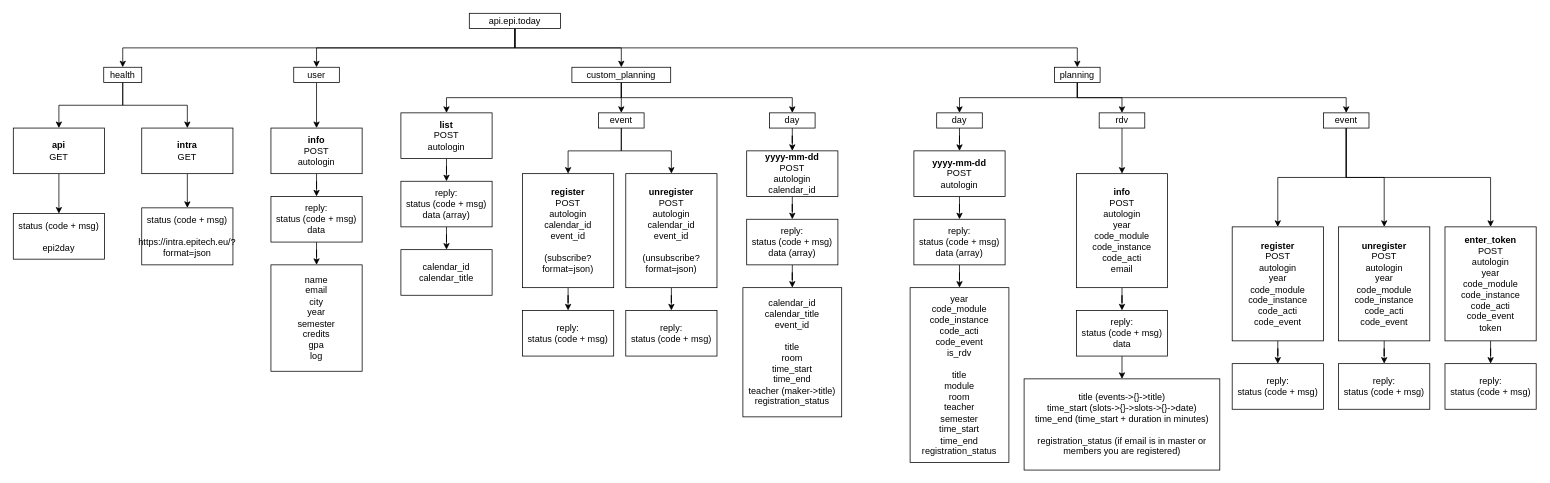
Before: api.epi.today.drawio in x4m3/api.epi.today, a draw.io diagram. Source tidied: cells renumbered, new cells numbered last; positions are measured from the earlier drawing's top-left corner, leaving out a move shared by most shapes. Both pictures are drawn from the tidied source at 76%, with x=0, y=0 at pixel (13, 13).
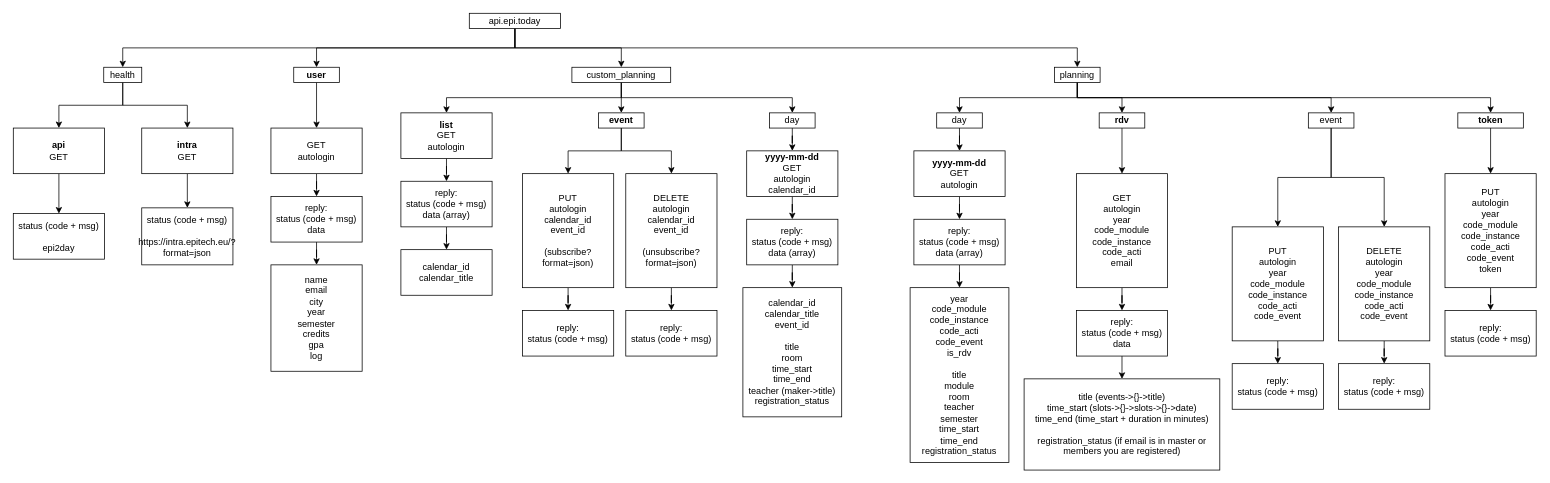
After the change.

The change refers to these unchanged cells:
```xml
<mxCell id="35" value="planning" style="rounded=0;whiteSpace=wrap;html=1;" parent="1" vertex="1">
  <mxGeometry x="1370" y="71" width="60" height="20" as="geometry" />
</mxCell>
```

Diff of the diagram source:
```diff
@@
-    <mxCell id="8" value="&lt;b&gt;info&lt;/b&gt;&lt;br&gt;POST&lt;br&gt;autologin" style="rounded=0;whiteSpace=wrap;html=1;" parent="1" vertex="1">
+    <mxCell id="8" value="GET&lt;br&gt;autologin" style="rounded=0;whiteSpace=wrap;html=1;" parent="1" vertex="1">
       <mxGeometry x="339" y="151" width="120" height="60" as="geometry" />
     </mxCell>
@@
-    <mxCell id="10" value="user" style="rounded=0;whiteSpace=wrap;html=1;" parent="1" vertex="1">
+    <mxCell id="10" value="&lt;b&gt;user&lt;/b&gt;" style="rounded=0;whiteSpace=wrap;html=1;" parent="1" vertex="1">
       <mxGeometry x="369" y="71" width="60" height="20" as="geometry" />
     </mxCell>
@@
-    <mxCell id="16" style="edgeStyle=orthogonalEdgeStyle;rounded=0;jettySize=auto;html=1;exitX=0.5;exitY=1;exitDx=0;exitDy=0;" parent="1" edge="1" source="17" target="30">
-      <mxGeometry relative="1" as="geometry" />
-    </mxCell>
     <mxCell id="17" value="event" style="rounded=0;whiteSpace=wrap;html=1;" parent="1" vertex="1">
-      <mxGeometry x="1723.8" y="131" width="60" height="20" as="geometry" />
+      <mxGeometry x="1704" y="131" width="60" height="20" as="geometry" />
     </mxCell>
@@
-    <mxCell id="19" value="&lt;b&gt;yyyy-mm-dd&lt;/b&gt;&lt;br&gt;POST&lt;br&gt;autologin" style="rounded=0;whiteSpace=wrap;html=1;" parent="1" vertex="1">
+    <mxCell id="19" value="&lt;b&gt;yyyy-mm-dd&lt;/b&gt;&lt;br&gt;GET&lt;br&gt;autologin" style="rounded=0;whiteSpace=wrap;html=1;" parent="1" vertex="1">
       <mxGeometry x="1185" y="181" width="120" height="60" as="geometry" />
     </mxCell>
@@
-    <mxCell id="24" value="&lt;b&gt;register&lt;/b&gt;&lt;br&gt;POST&lt;br&gt;autologin&lt;br&gt;year&lt;br&gt;code_module&lt;br&gt;code_instance&lt;br&gt;code_acti&lt;br&gt;code_event" style="rounded=0;whiteSpace=wrap;html=1;" parent="1" vertex="1">
+    <mxCell id="24" value="PUT&lt;br&gt;autologin&lt;br&gt;year&lt;br&gt;code_module&lt;br&gt;code_instance&lt;br&gt;code_acti&lt;br&gt;code_event" style="rounded=0;whiteSpace=wrap;html=1;" parent="1" vertex="1">
       <mxGeometry x="1603.8" y="281" width="120" height="150" as="geometry" />
     </mxCell>
@@
-    <mxCell id="27" value="&lt;b&gt;unregister&lt;/b&gt;&lt;br&gt;POST&lt;br&gt;autologin&lt;br&gt;year&lt;br&gt;code_module&lt;br&gt;code_instance&lt;br&gt;code_acti&lt;br&gt;code_event" style="rounded=0;whiteSpace=wrap;html=1;" parent="1" vertex="1">
+    <mxCell id="27" value="DELETE&lt;br&gt;autologin&lt;br&gt;year&lt;br&gt;code_module&lt;br&gt;code_instance&lt;br&gt;code_acti&lt;br&gt;code_event" style="rounded=0;whiteSpace=wrap;html=1;" parent="1" vertex="1">
       <mxGeometry x="1743.8" y="281" width="120" height="150" as="geometry" />
     </mxCell>
@@
-    <mxCell id="30" value="&lt;b&gt;enter_token&lt;/b&gt;&lt;br&gt;POST&lt;br&gt;autologin&lt;br&gt;year&lt;br&gt;code_module&lt;br&gt;code_instance&lt;br&gt;code_acti&lt;br&gt;code_event&lt;br&gt;token" style="rounded=0;whiteSpace=wrap;html=1;" parent="1" vertex="1">
-      <mxGeometry x="1883.8" y="281" width="120" height="150" as="geometry" />
+    <mxCell id="30" value="PUT&lt;br&gt;autologin&lt;br&gt;year&lt;br&gt;code_module&lt;br&gt;code_instance&lt;br&gt;code_acti&lt;br&gt;code_event&lt;br&gt;token" style="rounded=0;whiteSpace=wrap;html=1;" parent="1" vertex="1">
+      <mxGeometry x="1883.8" y="211" width="120" height="150" as="geometry" />
     </mxCell>
     <mxCell id="31" value="reply:&lt;br&gt;status (code + msg)" style="rounded=0;whiteSpace=wrap;html=1;" parent="1" vertex="1">
-      <mxGeometry x="1883.8" y="461" width="120" height="60" as="geometry" />
+      <mxGeometry x="1883.8" y="391" width="120" height="60" as="geometry" />
     </mxCell>
@@
+    <mxCell id="79" style="edgeStyle=orthogonalEdgeStyle;rounded=0;jettySize=auto;html=1;exitX=0.5;exitY=1;exitDx=0;exitDy=0;" parent="1" edge="1" source="35" target="81">
+      <mxGeometry relative="1" as="geometry" />
+    </mxCell>
@@
-    <mxCell id="37" value="rdv" style="rounded=0;whiteSpace=wrap;html=1;" parent="1" vertex="1">
+    <mxCell id="37" value="&lt;b&gt;rdv&lt;/b&gt;" style="rounded=0;whiteSpace=wrap;html=1;" parent="1" vertex="1">
       <mxGeometry x="1428.8" y="131" width="60" height="20" as="geometry" />
     </mxCell>
@@
-    <mxCell id="39" value="&lt;b&gt;info&lt;/b&gt;&lt;br&gt;POST&lt;br&gt;autologin&lt;br&gt;year&lt;br&gt;code_module&lt;br&gt;code_instance&lt;br&gt;code_acti&lt;br&gt;email" style="rounded=0;whiteSpace=wrap;html=1;" parent="1" vertex="1">
+    <mxCell id="39" value="GET&lt;br&gt;autologin&lt;br&gt;year&lt;br&gt;code_module&lt;br&gt;code_instance&lt;br&gt;code_acti&lt;br&gt;email" style="rounded=0;whiteSpace=wrap;html=1;" parent="1" vertex="1">
       <mxGeometry x="1398.8" y="211" width="120" height="150" as="geometry" />
     </mxCell>
@@
-    <mxCell id="43" value="&lt;b&gt;yyyy-mm-dd&lt;/b&gt;&lt;br&gt;POST&lt;br&gt;autologin&lt;br&gt;calendar_id" style="rounded=0;whiteSpace=wrap;html=1;" parent="1" vertex="1">
+    <mxCell id="43" value="&lt;b&gt;yyyy-mm-dd&lt;/b&gt;&lt;br&gt;GET&lt;br&gt;autologin&lt;br&gt;calendar_id" style="rounded=0;whiteSpace=wrap;html=1;" parent="1" vertex="1">
       <mxGeometry x="965" y="181" width="120" height="60" as="geometry" />
     </mxCell>
@@
-    <mxCell id="52" value="&lt;b&gt;register&lt;/b&gt;&lt;br&gt;POST&lt;br&gt;autologin&lt;br&gt;calendar_id&lt;br&gt;event_id&lt;br&gt;&lt;br&gt;(subscribe?format=json)" style="rounded=0;whiteSpace=wrap;html=1;" parent="1" vertex="1">
+    <mxCell id="52" value="PUT&lt;br&gt;autologin&lt;br&gt;calendar_id&lt;br&gt;event_id&lt;br&gt;&lt;br&gt;(subscribe?format=json)" style="rounded=0;whiteSpace=wrap;html=1;" parent="1" vertex="1">
       <mxGeometry x="670" y="211" width="120" height="150" as="geometry" />
     </mxCell>
@@
-    <mxCell id="55" value="&lt;b&gt;unregister&lt;br&gt;&lt;/b&gt;POST&lt;br&gt;autologin&lt;br&gt;calendar_id&lt;br&gt;event_id&lt;br&gt;&lt;br&gt;(unsubscribe?format=json)" style="rounded=0;whiteSpace=wrap;html=1;" parent="1" vertex="1">
+    <mxCell id="55" value="DELETE&lt;br&gt;autologin&lt;br&gt;calendar_id&lt;br&gt;event_id&lt;br&gt;&lt;br&gt;(unsubscribe?format=json)" style="rounded=0;whiteSpace=wrap;html=1;" parent="1" vertex="1">
       <mxGeometry x="805.9" y="211" width="120" height="150" as="geometry" />
     </mxCell>
@@
-    <mxCell id="62" value="&lt;b&gt;list&lt;/b&gt;&lt;br&gt;POST&lt;br&gt;autologin" style="rounded=0;whiteSpace=wrap;html=1;" parent="1" vertex="1">
+    <mxCell id="62" value="&lt;b&gt;list&lt;/b&gt;&lt;br&gt;GET&lt;br&gt;autologin" style="rounded=0;whiteSpace=wrap;html=1;" parent="1" vertex="1">
       <mxGeometry x="510" y="131" width="120" height="60" as="geometry" />
     </mxCell>
@@
-    <mxCell id="65" value="event" style="rounded=0;whiteSpace=wrap;html=1;" parent="1" vertex="1">
+    <mxCell id="65" value="&lt;b&gt;event&lt;/b&gt;" style="rounded=0;whiteSpace=wrap;html=1;" parent="1" vertex="1">
       <mxGeometry x="770" y="131" width="60" height="20" as="geometry" />
     </mxCell>
@@
+    <mxCell id="80" style="edgeStyle=orthogonalEdgeStyle;rounded=0;jettySize=auto;html=1;exitX=0.5;exitY=1;exitDx=0;exitDy=0;" parent="1" edge="1" source="81" target="30">
+      <mxGeometry relative="1" as="geometry" />
+    </mxCell>
+    <mxCell id="81" value="token" style="rounded=0;whiteSpace=wrap;html=1;fontStyle=1;" parent="1" vertex="1">
+      <mxGeometry x="1900.7" y="131" width="86.2" height="20" as="geometry" />
+    </mxCell>
```
